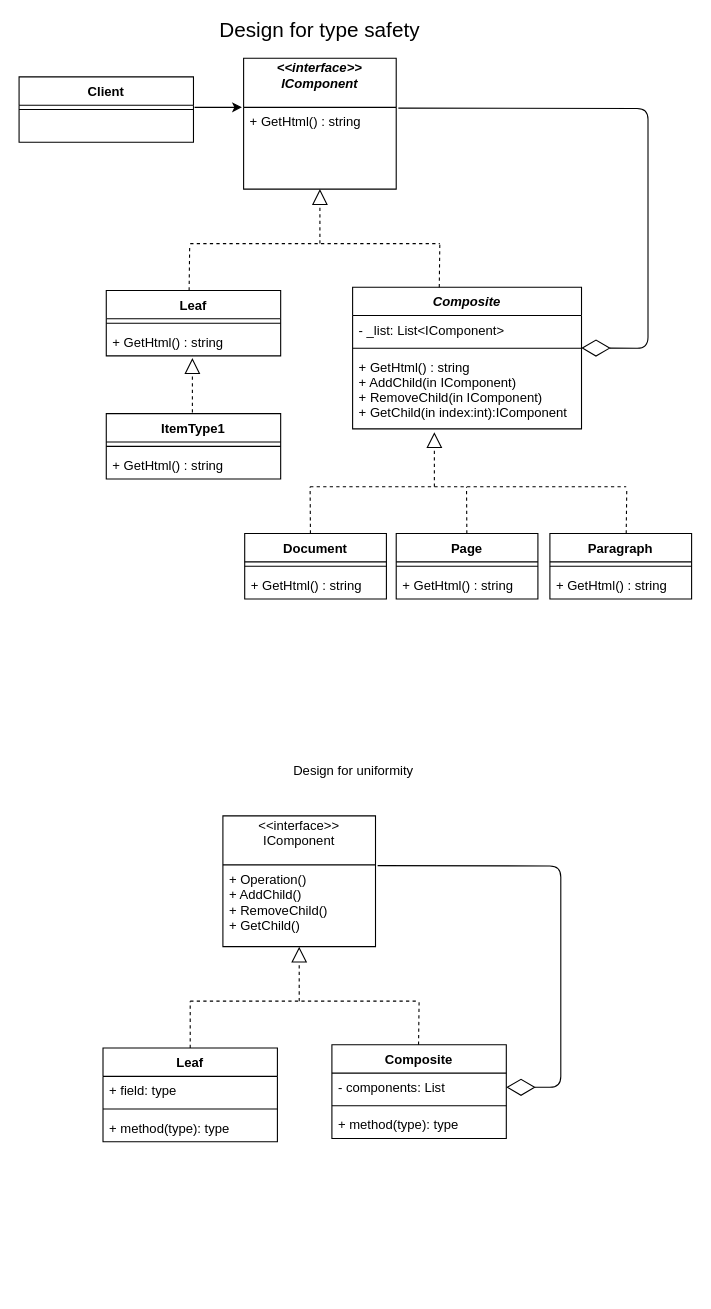
Before: Patterns/images/Composite.drawio in zangelus/Patterns, a draw.io diagram. Source tidied: cells renumbered, new cells numbered last; positions are measured from the earlier drawing's top-left corner, leaving out a move shared by most shapes. Both pictures are drawn from the tidied source at 109%, with x=0, y=0 at pixel (19, 20).
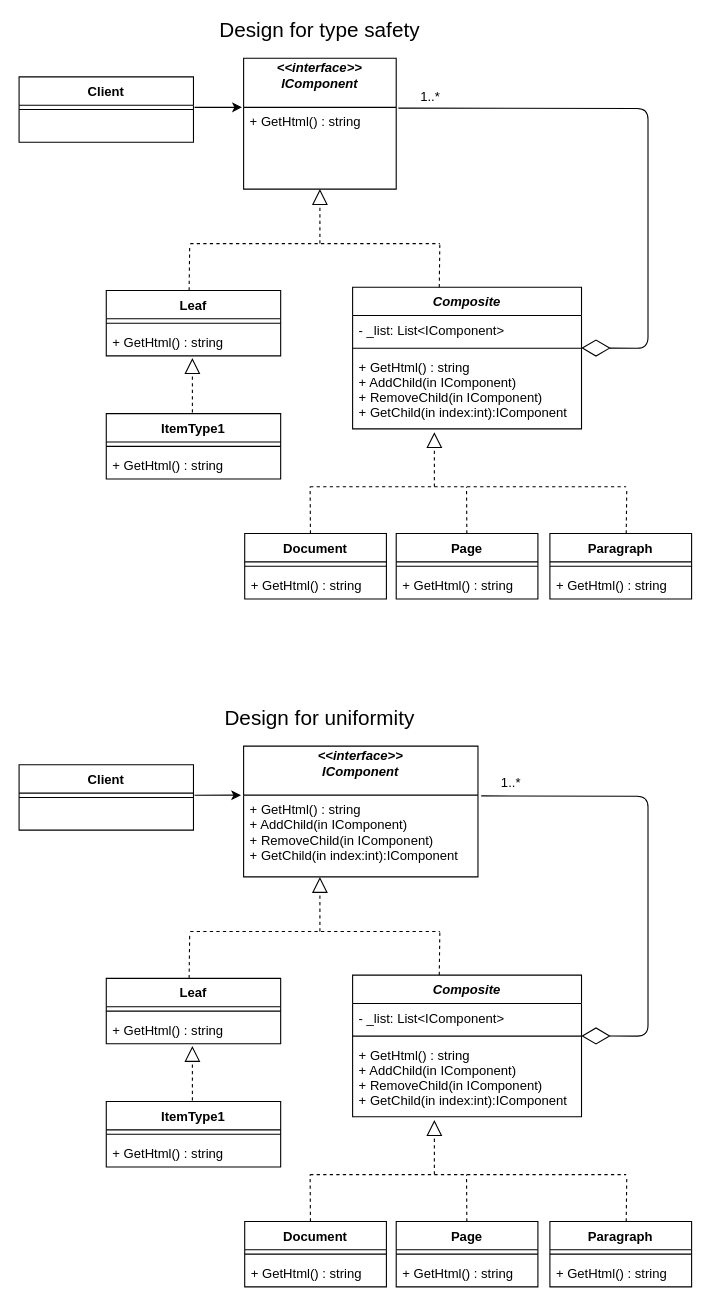
The same page after the edit.

The change refers to these unchanged cells:
```xml
<mxCell id="24" style="endArrow=diamondThin;endFill=0;endSize=24;html=1;exitX=1.014;exitY=0.009;exitDx=0;exitDy=0;exitPerimeter=0;entryX=0.999;entryY=0.472;entryDx=0;entryDy=0;entryPerimeter=0;" parent="1" edge="1" source="29" target="19">
  <mxGeometry relative="1" as="geometry">
    <Array as="points">
      <mxPoint x="577" y="81" />
      <mxPoint x="577" y="301" />
    </Array>
  </mxGeometry>
</mxCell>
```

What changed in the source:
```diff
@@
-    <mxCell id="2" value="Composite" style="swimlane;fontStyle=1;align=center;verticalAlign=top;horizontal=1;startSize=26;" parent="1" vertex="1">
-      <mxGeometry x="287" y="940" width="160" height="86" as="geometry" />
-    </mxCell>
-    <mxCell id="3" value="- components: List" style="text;strokeColor=none;fillColor=none;align=left;verticalAlign=top;spacingLeft=4;spacingRight=4;overflow=hidden;points=[[0,0.5],[1,0.5]];portConstraint=eastwest;" parent="2" vertex="1">
-      <mxGeometry y="26" width="160" height="26" as="geometry" />
-    </mxCell>
-    <mxCell id="4" style="line;strokeWidth=1;fillColor=none;align=left;verticalAlign=middle;spacingTop=-1;spacingLeft=3;spacingRight=3;labelPosition=right;" parent="2" vertex="1">
-      <mxGeometry y="52" width="160" height="8" as="geometry" />
-    </mxCell>
-    <mxCell id="5" value="+ method(type): type" style="text;strokeColor=none;fillColor=none;align=left;verticalAlign=top;spacingLeft=4;spacingRight=4;overflow=hidden;" parent="2" vertex="1">
-      <mxGeometry y="60" width="160" height="26" as="geometry" />
-    </mxCell>
-    <mxCell id="6" value="Leaf" style="swimlane;fontStyle=1;align=center;verticalAlign=top;horizontal=1;startSize=26;" parent="1" vertex="1">
-      <mxGeometry x="77" y="943" width="160" height="86" as="geometry" />
-    </mxCell>
-    <mxCell id="7" value="+ field: type" style="text;strokeColor=none;fillColor=none;align=left;verticalAlign=top;spacingLeft=4;spacingRight=4;overflow=hidden;" parent="6" vertex="1">
-      <mxGeometry y="26" width="160" height="26" as="geometry" />
-    </mxCell>
-    <mxCell id="8" style="line;strokeWidth=1;fillColor=none;align=left;verticalAlign=middle;spacingTop=-1;spacingLeft=3;spacingRight=3;labelPosition=right;" parent="6" vertex="1">
-      <mxGeometry y="52" width="160" height="8" as="geometry" />
-    </mxCell>
-    <mxCell id="9" value="+ method(type): type" style="text;strokeColor=none;fillColor=none;align=left;verticalAlign=top;spacingLeft=4;spacingRight=4;overflow=hidden;" parent="6" vertex="1">
-      <mxGeometry y="60" width="160" height="26" as="geometry" />
-    </mxCell>
-    <mxCell id="10" style="endArrow=diamondThin;endFill=0;endSize=24;html=1;exitX=1.014;exitY=0.009;exitDx=0;exitDy=0;entryX=1;entryY=0.5;entryDx=0;entryDy=0;exitPerimeter=0;" parent="1" edge="1" source="16" target="3">
-      <mxGeometry relative="1" as="geometry">
-        <Array as="points">
-          <mxPoint x="497" y="776" />
-          <mxPoint x="497" y="979" />
-        </Array>
-      </mxGeometry>
-    </mxCell>
-    <mxCell id="11" style="endArrow=block;dashed=1;endFill=0;endSize=12;html=1;" parent="1" edge="1">
-      <mxGeometry relative="1" as="geometry">
-        <mxPoint x="257" y="900" as="sourcePoint" />
-        <mxPoint x="257" y="850" as="targetPoint" />
-      </mxGeometry>
-    </mxCell>
-    <mxCell id="12" style="endArrow=none;dashed=1;html=1;" parent="1" edge="1">
-      <mxGeometry relative="1" as="geometry">
-        <mxPoint x="157" y="900" as="sourcePoint" />
-        <mxPoint x="367" y="900" as="targetPoint" />
-      </mxGeometry>
-    </mxCell>
-    <mxCell id="13" style="endArrow=none;dashed=1;html=1;exitX=0.5;exitY=0;exitDx=0;exitDy=0;" parent="1" edge="1" source="6">
-      <mxGeometry relative="1" as="geometry">
-        <mxPoint x="157" y="900" as="targetPoint" />
-      </mxGeometry>
-    </mxCell>
-    <mxCell id="14" style="endArrow=none;dashed=1;html=1;exitX=0.5;exitY=0;exitDx=0;exitDy=0;" parent="1" edge="1">
-      <mxGeometry relative="1" as="geometry">
-        <mxPoint x="366.5" y="940" as="sourcePoint" />
-        <mxPoint x="367" y="900" as="targetPoint" />
-      </mxGeometry>
-    </mxCell>
-    <mxCell id="15" value="&lt;&lt;interface&gt;&gt;&#10;IComponent&#10;" style="swimlane;fontStyle=0;horizontal=1;startSize=45;fillColor=none;" parent="1" vertex="1">
-      <mxGeometry x="187" y="730" width="140" height="120" as="geometry" />
-    </mxCell>
-    <mxCell id="16" value="+ Operation()&#10;+ AddChild()&#10;+ RemoveChild()&#10;+ GetChild()&#10;" style="text;strokeColor=none;fillColor=none;align=left;verticalAlign=top;spacingLeft=4;spacingRight=4;overflow=hidden;points=[[0,0.5],[1,0.5]];portConstraint=eastwest;" parent="15" vertex="1">
-      <mxGeometry y="45" width="140" height="75" as="geometry" />
-    </mxCell>
@@
+    <mxCell id="55" value="1..*" style="text;html=1;align=center;verticalAlign=middle;labelBackgroundColor=#ffffff;" parent="24" vertex="1">
+      <mxGeometry x="-0.92" relative="1" as="geometry">
+        <mxPoint x="8.5" y="-10" as="offset" />
+      </mxGeometry>
+    </mxCell>
@@
-    <mxCell id="30" value="Design for uniformity" style="text;html=1;strokeColor=none;fillColor=none;align=center;verticalAlign=middle;whiteSpace=wrap;rounded=0;" parent="1" vertex="1">
-      <mxGeometry x="97" y="679" width="420" height="20" as="geometry" />
-    </mxCell>
@@
+    <mxCell id="2" value="Composite" style="swimlane;fontStyle=3;align=center;verticalAlign=top;horizontal=1;startSize=26;" parent="1" vertex="1">
+      <mxGeometry x="306" y="876.1" width="210" height="130" as="geometry" />
+    </mxCell>
+    <mxCell id="56" value="- _list: List&lt;IComponent&gt;" style="text;strokeColor=none;fillColor=none;align=left;verticalAlign=top;spacingLeft=4;spacingRight=4;overflow=hidden;" parent="2" vertex="1">
+      <mxGeometry y="26" width="210" height="26" as="geometry" />
+    </mxCell>
+    <mxCell id="57" style="line;strokeWidth=1;fillColor=none;align=left;verticalAlign=middle;spacingTop=-1;spacingLeft=3;spacingRight=3;labelPosition=right;points=[];portConstraint=eastwest;" parent="2" vertex="1">
+      <mxGeometry y="52" width="210" height="8" as="geometry" />
+    </mxCell>
+    <mxCell id="58" value="+ GetHtml() : string&#10;+ AddChild(in IComponent)&#10;+ RemoveChild(in IComponent)&#10;+ GetChild(in index:int):IComponent&#10;" style="text;strokeColor=none;fillColor=none;align=left;verticalAlign=top;spacingLeft=4;spacingRight=4;overflow=hidden;" parent="2" vertex="1">
+      <mxGeometry y="60" width="210" height="70" as="geometry" />
+    </mxCell>
+    <mxCell id="6" value="Leaf" style="swimlane;fontStyle=1;align=center;verticalAlign=top;horizontal=1;startSize=26;" parent="1" vertex="1">
+      <mxGeometry x="80" y="879.1" width="160" height="60" as="geometry" />
+    </mxCell>
+    <mxCell id="59" style="line;strokeWidth=1;fillColor=none;align=left;verticalAlign=middle;spacingTop=-1;spacingLeft=3;spacingRight=3;labelPosition=right;" parent="6" vertex="1">
+      <mxGeometry y="26" width="160" height="8" as="geometry" />
+    </mxCell>
+    <mxCell id="60" value="+ GetHtml() : string&#10;" style="text;strokeColor=none;fillColor=none;align=left;verticalAlign=top;spacingLeft=4;spacingRight=4;overflow=hidden;" parent="6" vertex="1">
+      <mxGeometry y="34" width="160" height="26" as="geometry" />
+    </mxCell>
+    <mxCell id="61" style="endArrow=diamondThin;endFill=0;endSize=24;html=1;exitX=1.014;exitY=0.009;exitDx=0;exitDy=0;exitPerimeter=0;entryX=0.999;entryY=0.472;entryDx=0;entryDy=0;entryPerimeter=0;" parent="1" edge="1" source="66" target="57">
+      <mxGeometry relative="1" as="geometry">
+        <Array as="points">
+          <mxPoint x="577" y="712.1" />
+          <mxPoint x="577" y="932.1" />
+        </Array>
+      </mxGeometry>
+    </mxCell>
+    <mxCell id="62" value="1..*" style="text;html=1;align=center;verticalAlign=middle;labelBackgroundColor=#ffffff;" parent="61" vertex="1">
+      <mxGeometry x="-0.92" relative="1" as="geometry">
+        <mxPoint x="9" y="-12" as="offset" />
+      </mxGeometry>
+    </mxCell>
+    <mxCell id="63" style="endArrow=block;dashed=1;endFill=0;endSize=12;html=1;" parent="1" edge="1">
+      <mxGeometry relative="1" as="geometry">
+        <mxPoint x="276" y="836.1" as="sourcePoint" />
+        <mxPoint x="276" y="786.1" as="targetPoint" />
+      </mxGeometry>
+    </mxCell>
+    <mxCell id="64" style="endArrow=none;dashed=1;html=1;" parent="1" edge="1">
+      <mxGeometry relative="1" as="geometry">
+        <mxPoint x="157" y="836.1" as="sourcePoint" />
+        <mxPoint x="386" y="836.1" as="targetPoint" />
+      </mxGeometry>
+    </mxCell>
+    <mxCell id="65" style="endArrow=none;dashed=1;html=1;exitX=0.5;exitY=0;exitDx=0;exitDy=0;" parent="1" edge="1">
+      <mxGeometry relative="1" as="geometry">
+        <mxPoint x="385.5" y="876.1" as="sourcePoint" />
+        <mxPoint x="386" y="836.1" as="targetPoint" />
+      </mxGeometry>
+    </mxCell>
+    <mxCell id="15" value="&lt;&lt;interface&gt;&gt;&#10;IComponent&#10;" style="swimlane;fontStyle=3;horizontal=1;startSize=45;fillColor=none;" parent="1" vertex="1">
+      <mxGeometry x="206" y="666" width="215" height="120" as="geometry" />
+    </mxCell>
+    <mxCell id="66" value="+ GetHtml() : string&#10;+ AddChild(in IComponent)&#10;+ RemoveChild(in IComponent)&#10;+ GetChild(in index:int):IComponent&#10;&#10;" style="text;strokeColor=none;fillColor=none;align=left;verticalAlign=top;spacingLeft=4;spacingRight=4;overflow=hidden;points=[[0,0.5],[1,0.5]];portConstraint=eastwest;" parent="15" vertex="1">
+      <mxGeometry y="45" width="215" height="75" as="geometry" />
+    </mxCell>
+    <mxCell id="30" value="&lt;font style=&quot;font-size: 19px&quot;&gt;Design for uniformity&lt;/font&gt;" style="text;html=1;strokeColor=none;fillColor=none;align=center;verticalAlign=middle;whiteSpace=wrap;rounded=0;" parent="1" vertex="1">
+      <mxGeometry x="66" y="631" width="420" height="20" as="geometry" />
+    </mxCell>
+    <mxCell id="67" value="ItemType1" style="swimlane;fontStyle=1;align=center;verticalAlign=top;horizontal=1;startSize=26;" parent="1" vertex="1">
+      <mxGeometry x="80" y="992.1" width="160" height="60" as="geometry" />
+    </mxCell>
+    <mxCell id="68" style="line;strokeWidth=1;fillColor=none;align=left;verticalAlign=middle;spacingTop=-1;spacingLeft=3;spacingRight=3;labelPosition=right;" parent="67" vertex="1">
+      <mxGeometry y="26" width="160" height="8" as="geometry" />
+    </mxCell>
+    <mxCell id="69" value="+ GetHtml() : string&#10;" style="text;strokeColor=none;fillColor=none;align=left;verticalAlign=top;spacingLeft=4;spacingRight=4;overflow=hidden;" parent="67" vertex="1">
+      <mxGeometry y="34" width="160" height="26" as="geometry" />
+    </mxCell>
+    <mxCell id="70" style="endArrow=block;dashed=1;endFill=0;endSize=12;html=1;" parent="1" edge="1">
+      <mxGeometry relative="1" as="geometry">
+        <mxPoint x="159" y="991.1" as="sourcePoint" />
+        <mxPoint x="159" y="941.1" as="targetPoint" />
+      </mxGeometry>
+    </mxCell>
+    <mxCell id="71" style="endArrow=block;dashed=1;endFill=0;endSize=12;html=1;" parent="1" edge="1">
+      <mxGeometry relative="1" as="geometry">
+        <mxPoint x="381" y="1059.1" as="sourcePoint" />
+        <mxPoint x="381" y="1009.1" as="targetPoint" />
+      </mxGeometry>
+    </mxCell>
+    <mxCell id="72" style="endArrow=none;dashed=1;html=1;" parent="1" edge="1">
+      <mxGeometry relative="1" as="geometry">
+        <mxPoint x="267" y="1059.1" as="sourcePoint" />
+        <mxPoint x="557" y="1059.1" as="targetPoint" />
+      </mxGeometry>
+    </mxCell>
+    <mxCell id="73" style="endArrow=none;dashed=1;html=1;exitX=0.5;exitY=0;exitDx=0;exitDy=0;" parent="1" edge="1">
+      <mxGeometry relative="1" as="geometry">
+        <mxPoint x="267.3" y="1102.1" as="sourcePoint" />
+        <mxPoint x="267" y="1059.1" as="targetPoint" />
+      </mxGeometry>
+    </mxCell>
+    <mxCell id="74" style="endArrow=none;dashed=1;html=1;exitX=0.5;exitY=0;exitDx=0;exitDy=0;" parent="1" edge="1">
+      <mxGeometry relative="1" as="geometry">
+        <mxPoint x="557" y="1102.1" as="sourcePoint" />
+        <mxPoint x="557.5" y="1062.1" as="targetPoint" />
+      </mxGeometry>
+    </mxCell>
+    <mxCell id="75" value="Document" style="swimlane;fontStyle=1;align=center;verticalAlign=top;horizontal=1;startSize=26;" parent="1" vertex="1">
+      <mxGeometry x="207" y="1102.1" width="130" height="60" as="geometry" />
+    </mxCell>
+    <mxCell id="76" style="line;strokeWidth=1;fillColor=none;align=left;verticalAlign=middle;spacingTop=-1;spacingLeft=3;spacingRight=3;labelPosition=right;" parent="75" vertex="1">
+      <mxGeometry y="26" width="130" height="8" as="geometry" />
+    </mxCell>
+    <mxCell id="77" value="+ GetHtml() : string&#10;" style="text;strokeColor=none;fillColor=none;align=left;verticalAlign=top;spacingLeft=4;spacingRight=4;overflow=hidden;" parent="75" vertex="1">
+      <mxGeometry y="34" width="130" height="26" as="geometry" />
+    </mxCell>
+    <mxCell id="78" value="Page" style="swimlane;fontStyle=1;align=center;verticalAlign=top;horizontal=1;startSize=26;" parent="1" vertex="1">
+      <mxGeometry x="346" y="1102.1" width="130" height="60" as="geometry" />
+    </mxCell>
+    <mxCell id="79" style="line;strokeWidth=1;fillColor=none;align=left;verticalAlign=middle;spacingTop=-1;spacingLeft=3;spacingRight=3;labelPosition=right;" parent="78" vertex="1">
+      <mxGeometry y="26" width="130" height="8" as="geometry" />
+    </mxCell>
+    <mxCell id="80" value="+ GetHtml() : string&#10;" style="text;strokeColor=none;fillColor=none;align=left;verticalAlign=top;spacingLeft=4;spacingRight=4;overflow=hidden;" parent="78" vertex="1">
+      <mxGeometry y="34" width="130" height="26" as="geometry" />
+    </mxCell>
+    <mxCell id="81" value="Paragraph" style="swimlane;fontStyle=1;align=center;verticalAlign=top;horizontal=1;startSize=26;" parent="1" vertex="1">
+      <mxGeometry x="487" y="1102.1" width="130" height="60" as="geometry" />
+    </mxCell>
+    <mxCell id="82" style="line;strokeWidth=1;fillColor=none;align=left;verticalAlign=middle;spacingTop=-1;spacingLeft=3;spacingRight=3;labelPosition=right;" parent="81" vertex="1">
+      <mxGeometry y="26" width="130" height="8" as="geometry" />
+    </mxCell>
+    <mxCell id="83" value="+ GetHtml() : string&#10;" style="text;strokeColor=none;fillColor=none;align=left;verticalAlign=top;spacingLeft=4;spacingRight=4;overflow=hidden;" parent="81" vertex="1">
+      <mxGeometry y="34" width="130" height="26" as="geometry" />
+    </mxCell>
+    <mxCell id="84" style="endArrow=none;dashed=1;html=1;exitX=0.5;exitY=0;exitDx=0;exitDy=0;" parent="1" edge="1">
+      <mxGeometry relative="1" as="geometry">
+        <mxPoint x="410.8" y="1102.1" as="sourcePoint" />
+        <mxPoint x="410.5" y="1059.1" as="targetPoint" />
+      </mxGeometry>
+    </mxCell>
+    <mxCell id="85" style="endArrow=none;dashed=1;html=1;exitX=0.5;exitY=0;exitDx=0;exitDy=0;" parent="1" edge="1">
+      <mxGeometry relative="1" as="geometry">
+        <mxPoint x="156" y="879.1" as="sourcePoint" />
+        <mxPoint x="156.5" y="839.1" as="targetPoint" />
+      </mxGeometry>
+    </mxCell>
+    <mxCell id="86" value="Client" style="swimlane;fontStyle=1;align=center;verticalAlign=top;horizontal=1;startSize=26;" parent="1" vertex="1">
+      <mxGeometry y="683.1" width="160" height="60" as="geometry" />
+    </mxCell>
+    <mxCell id="87" style="line;strokeWidth=1;fillColor=none;align=left;verticalAlign=middle;spacingTop=-1;spacingLeft=3;spacingRight=3;labelPosition=right;" parent="86" vertex="1">
+      <mxGeometry y="26" width="160" height="8" as="geometry" />
+    </mxCell>
+    <mxCell id="88" value=" &#10;" style="text;strokeColor=none;fillColor=none;align=left;verticalAlign=top;spacingLeft=4;spacingRight=4;overflow=hidden;" parent="86" vertex="1">
+      <mxGeometry y="34" width="160" height="26" as="geometry" />
+    </mxCell>
+    <mxCell id="89" style="endArrow=classic;html=1;entryX=-0.011;entryY=0;entryDx=0;entryDy=0;entryPerimeter=0;" parent="1" edge="1" target="66">
+      <mxGeometry relative="1" as="geometry">
+        <mxPoint x="161" y="711.1" as="sourcePoint" />
+      </mxGeometry>
+    </mxCell>
```
